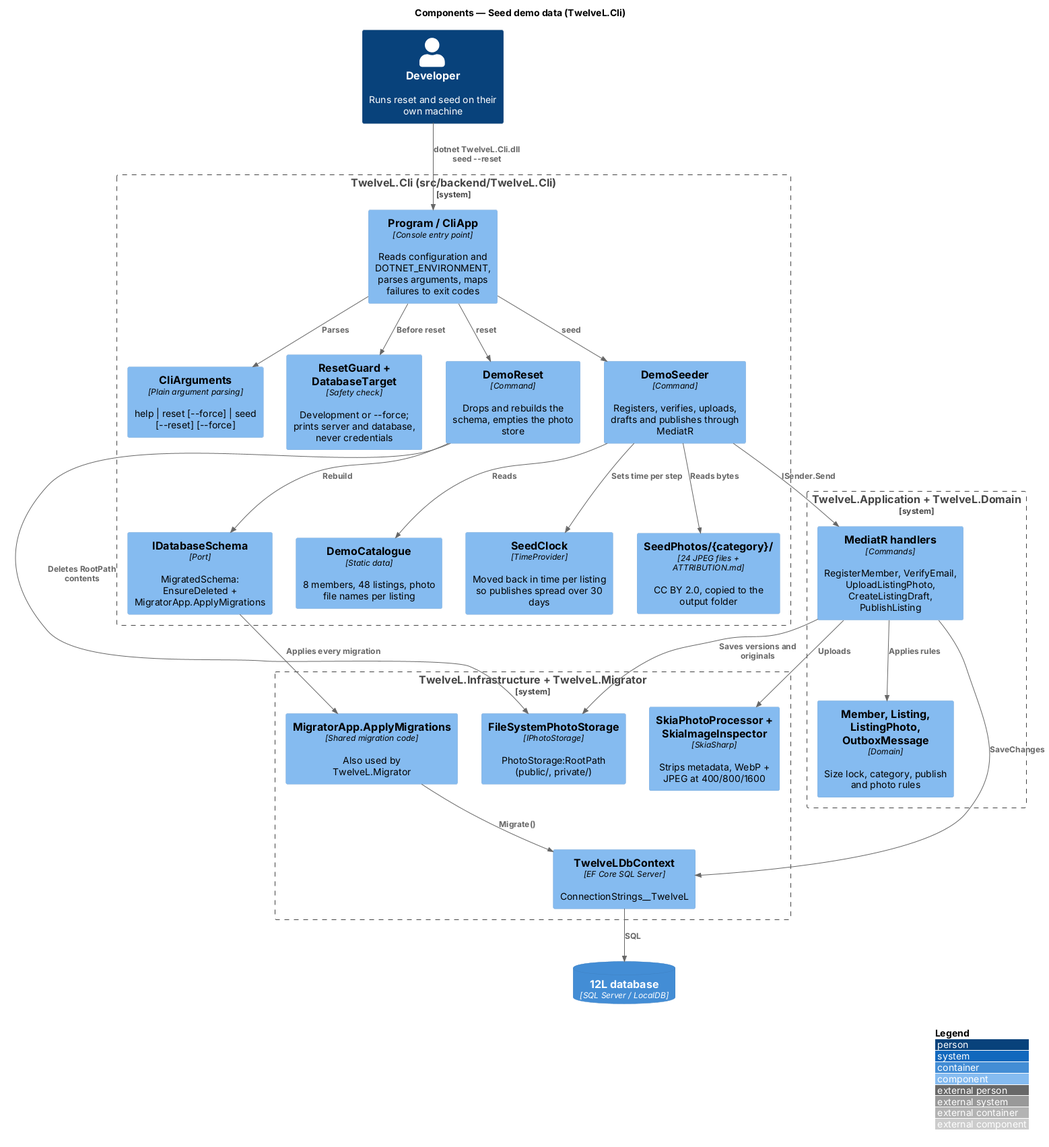
Before: docs/detailed-designs/platform/seed-demo-data/diagrams/c4-component.png, a diagram exported from PlantUML (QuinntyneBrown/12l).
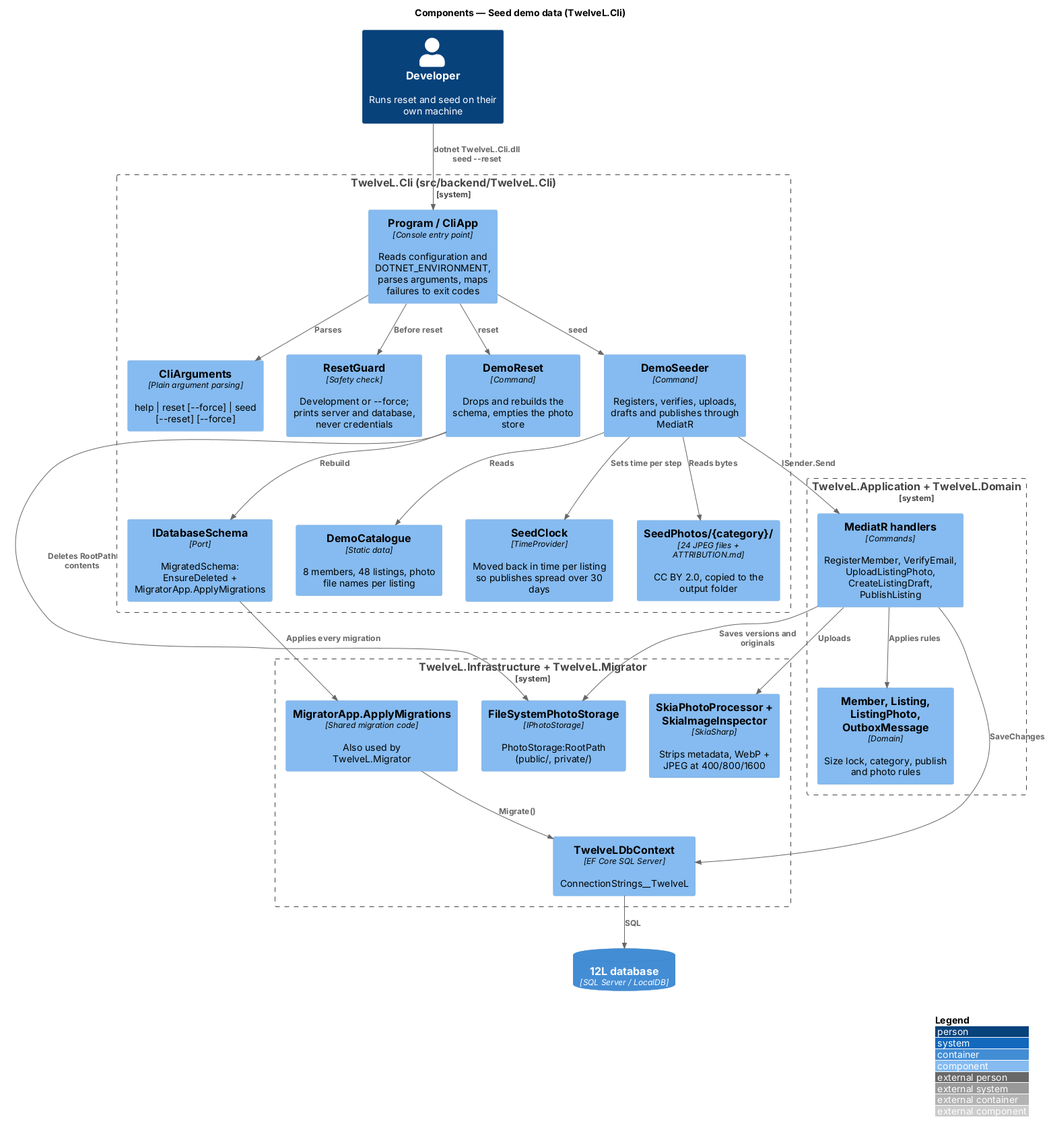
Above is the later version.

Change to the diagram source:
```diff
@@ -7,7 +7,7 @@
 System_Boundary(cli, "TwelveL.Cli (src/backend/TwelveL.Cli)") {
   Component(program, "Program / CliApp", "Console entry point", "Reads configuration and DOTNET_ENVIRONMENT, parses arguments, maps failures to exit codes")
   Component(args, "CliArguments", "Plain argument parsing", "help | reset [~--force] | seed [~--reset] [~--force]")
-  Component(guard, "ResetGuard + DatabaseTarget", "Safety check", "Development or ~--force; prints server and database, never credentials")
+  Component(guard, "ResetGuard", "Safety check", "Development or ~--force; prints server and database, never credentials")
   Component(reset, "DemoReset", "Command", "Drops and rebuilds the schema, empties the photo store")
   Component(schema, "IDatabaseSchema", "Port", "MigratedSchema: EnsureDeleted + MigratorApp.ApplyMigrations")
   Component(seeder, "DemoSeeder", "Command", "Registers, verifies, uploads, drafts and publishes through MediatR")
```
